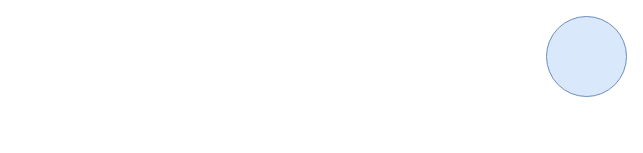
The draw.io diagram diagrama.drawio in rubences/proyecto_lasanya, before the edit. Source tidied: cells renumbered, new cells numbered last; positions are measured from the earlier drawing's top-left corner, leaving out a move shared by most shapes. Both pictures are drawn from the tidied source at 100%, with x=0, y=0 at pixel (546, 16).
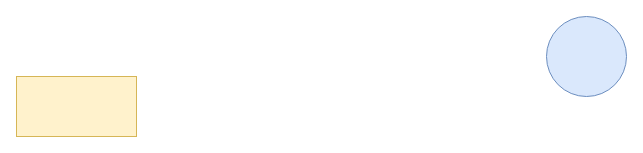
The same diagram, later.

What changed in the source:
```diff
@@
 <mxGraphModel>
   <root>
     <mxCell id="0" />
     <mxCell id="1" parent="0" />
     <mxCell id="2" style="ellipse;whiteSpace=wrap;html=1;fillColor=#dae8fc;strokeColor=#6c8ebf;" parent="1" vertex="1">
       <mxGeometry width="80" height="80" as="geometry" />
     </mxCell>
+    <mxCell id="3" style="rounded=0;whiteSpace=wrap;html=1;fillColor=#fff2cc;strokeColor=#d6b656;" parent="1" vertex="1">
+      <mxGeometry x="-530" y="60" width="120" height="60" as="geometry" />
+    </mxCell>
   </root>
 </mxGraphModel>
```
